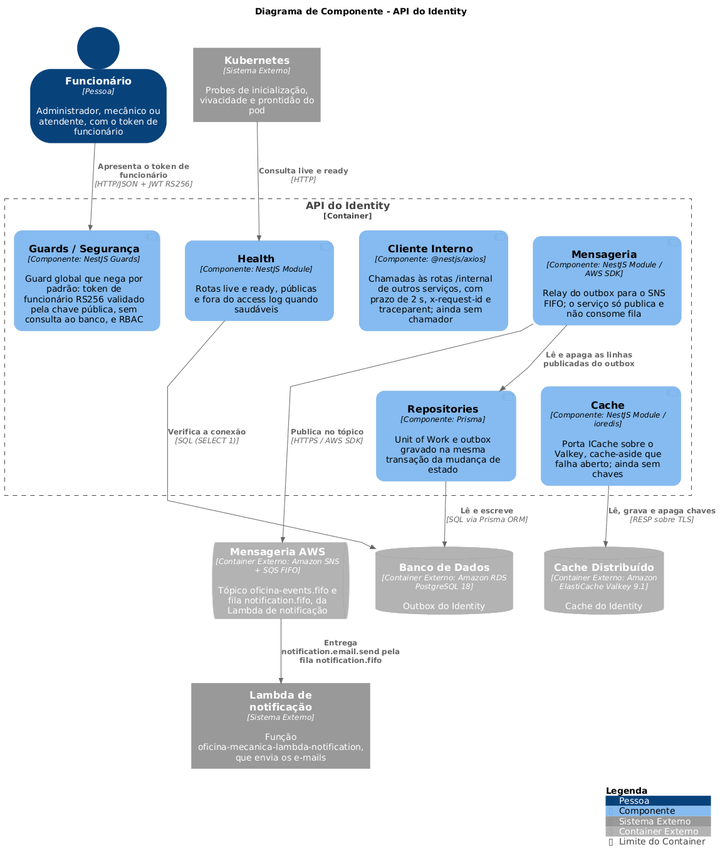
This is docs/c4/images/c4-component.png from FIAP-15SOAT/oficina-mecanica-identity-service, a PlantUML export, as it was before one commit.
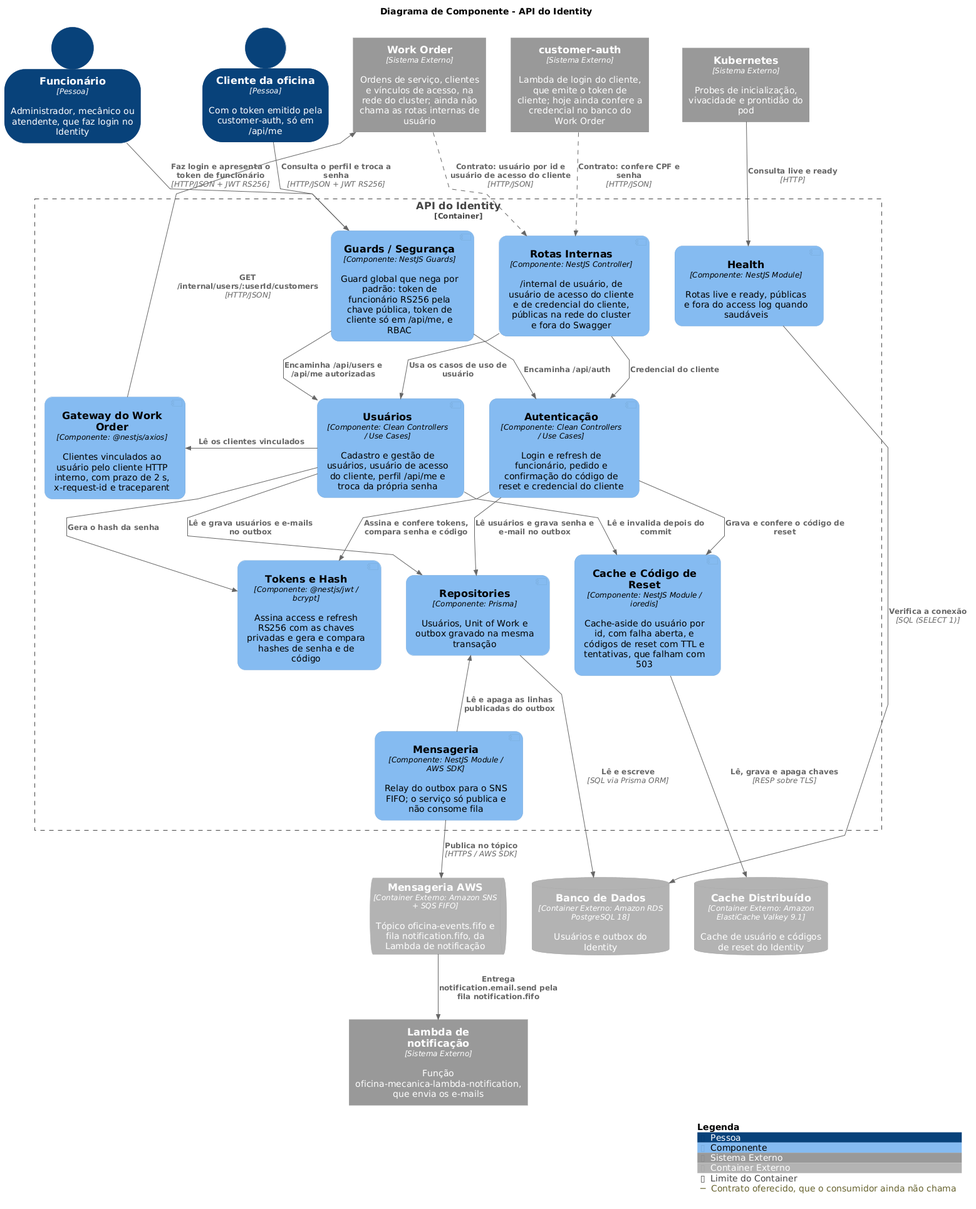
After the change.

Diff of the diagram source:
```diff
@@ -7,6 +7,7 @@
 UpdateElementStyle("external_system", $legendText="Sistema Externo")
 UpdateElementStyle("external_container", $legendText="Container Externo")
 UpdateBoundaryStyle("container", $type="Container", $legendText="Limite do Container")
+AddRelTag("contract", $lineStyle = DashedLine(), $legendText="Contrato oferecido, que o consumidor ainda não chama")
 
 SHOW_ELEMENT_TYPE($hidePersonType="false")
 SHOW_PERSON_OUTLINE()
@@ -25,33 +26,61 @@
 
 title Diagrama de Componente - API do Identity
 
-Person(staff, "Funcionário", "Administrador, mecânico ou atendente, com o token de funcionário")
+Person(staff, "Funcionário", "Administrador, mecânico ou atendente, que faz login no Identity")
+Person(customer, "Cliente da oficina", "Com o token emitido pela customer-auth, só em /api/me")
+System_Ext(workOrder, "Work Order", "Ordens de serviço, clientes e vínculos de acesso, na rede do cluster; ainda não chama as rotas internas de usuário")
+System_Ext(customerAuth, "customer-auth", "Lambda de login do cliente, que emite o token de cliente; hoje ainda confere a credencial no banco do Work Order")
 System_Ext(k8s, "Kubernetes", "Probes de inicialização, vivacidade e prontidão do pod")
 
 Container_Boundary(api, "API do Identity") {
-    Component(guards, "Guards / Segurança", "NestJS Guards", "Guard global que nega por padrão: token de funcionário RS256 validado pela chave pública, sem consulta ao banco, e RBAC", $baseShape="component")
+    Component(guards, "Guards / Segurança", "NestJS Guards", "Guard global que nega por padrão: token de funcionário RS256 pela chave pública, token de cliente só em /api/me, e RBAC", $baseShape="component")
+    Component(internalRoutes, "Rotas Internas", "NestJS Controller", "/internal de usuário, de usuário de acesso do cliente e de credencial do cliente, públicas na rede do cluster e fora do Swagger", $baseShape="component")
     Component(health, "Health", "NestJS Module", "Rotas live e ready, públicas e fora do access log quando saudáveis", $baseShape="component")
-    Component(internalClient, "Cliente Interno", "@nestjs/axios", "Chamadas às rotas /internal de outros serviços, com prazo de 2 s, x-request-id e traceparent; ainda sem chamador", $baseShape="component")
+    Component(auth, "Autenticação", "Clean Controllers / Use Cases", "Login e refresh de funcionário, pedido e confirmação do código de reset e credencial do cliente", $baseShape="component")
+    Component(users, "Usuários", "Clean Controllers / Use Cases", "Cadastro e gestão de usuários, usuário de acesso do cliente, perfil /api/me e troca da própria senha", $baseShape="component")
+    Component(tokens, "Tokens e Hash", "@nestjs/jwt / bcrypt", "Assina access e refresh RS256 com as chaves privadas e gera e compara hashes de senha e de código", $baseShape="component")
+    Component(gateways, "Gateway do Work Order", "@nestjs/axios", "Clientes vinculados ao usuário pelo cliente HTTP interno, com prazo de 2 s, x-request-id e traceparent", $baseShape="component")
+    Component(cache, "Cache e Código de Reset", "NestJS Module / ioredis", "Cache-aside do usuário por id, com falha aberta, e códigos de reset com TTL e tentativas, que falham com 503", $baseShape="component")
+    Component(repositories, "Repositories", "Prisma", "Usuários, Unit of Work e outbox gravado na mesma transação", $baseShape="component")
     Component(messaging, "Mensageria", "NestJS Module / AWS SDK", "Relay do outbox para o SNS FIFO; o serviço só publica e não consome fila", $baseShape="component")
-    Component(repositories, "Repositories", "Prisma", "Unit of Work e outbox gravado na mesma transação da mudança de estado", $baseShape="component")
-    Component(cache, "Cache", "NestJS Module / ioredis", "Porta ICache sobre o Valkey, cache-aside que falha aberto; ainda sem chaves", $baseShape="component")
 }
 
 ContainerQueue_Ext(sns, "Mensageria AWS", "Amazon SNS + SQS FIFO", "Tópico oficina-events.fifo e fila notification.fifo, da Lambda de notificação")
-ContainerDb_Ext(postgres, "Banco de Dados", "Amazon RDS PostgreSQL 18", "Outbox do Identity")
-ContainerDb_Ext(valkey, "Cache Distribuído", "Amazon ElastiCache Valkey 9.1", "Cache do Identity")
+ContainerDb_Ext(postgres, "Banco de Dados", "Amazon RDS PostgreSQL 18", "Usuários e outbox do Identity")
+ContainerDb_Ext(valkey, "Cache Distribuído", "Amazon ElastiCache Valkey 9.1", "Cache de usuário e códigos de reset do Identity")
 System_Ext(notification, "Lambda de notificação", "Função oficina-mecanica-lambda-notification, que envia os e-mails")
 
-Lay_R(staff, k8s)
-Lay_R(guards, health)
-Lay_R(health, internalClient)
-Lay_R(messaging, repositories)
-Lay_R(repositories, cache)
+Lay_R(staff, customer)
+Lay_R(customer, workOrder)
+Lay_R(workOrder, customerAuth)
+Lay_R(customerAuth, k8s)
+Lay_R(guards, internalRoutes)
+Lay_R(internalRoutes, health)
+Lay_R(auth, users)
+Lay_R(users, gateways)
+Lay_R(tokens, cache)
+Lay_R(cache, repositories)
+Lay_R(repositories, messaging)
 Lay_R(sns, postgres)
 Lay_R(postgres, valkey)
 
-Rel_D(staff, guards, "Apresenta o token de funcionário", "HTTP/JSON + JWT RS256")
+Rel_D(staff, guards, "Faz login e apresenta o token de funcionário", "HTTP/JSON + JWT RS256")
+Rel_D(customer, guards, "Consulta o perfil e troca a senha", "HTTP/JSON + JWT RS256")
+Rel_D(workOrder, internalRoutes, "Contrato: usuário por id e usuário de acesso do cliente", "HTTP/JSON", $tags="contract")
+Rel_D(customerAuth, internalRoutes, "Contrato: confere CPF e senha", "HTTP/JSON", $tags="contract")
 Rel_D(k8s, health, "Consulta live e ready", "HTTP")
+Rel_D(guards, auth, "Encaminha /api/auth")
+Rel_D(guards, users, "Encaminha /api/users e /api/me autorizadas")
+Rel_D(internalRoutes, users, "Usa os casos de uso de usuário")
+Rel_D(internalRoutes, auth, "Credencial do cliente")
+Rel_D(auth, tokens, "Assina e confere tokens, compara senha e código")
+Rel_D(users, tokens, "Gera o hash da senha")
+Rel_D(auth, cache, "Grava e confere o código de reset")
+Rel_D(users, cache, "Lê e invalida depois do commit")
+Rel_D(auth, repositories, "Lê usuários e grava senha e e-mail no outbox")
+Rel_D(users, repositories, "Lê e grava usuários e e-mails no outbox")
+Rel_R(users, gateways, "Lê os clientes vinculados")
+Rel_U(gateways, workOrder, "GET /internal/users/:userId/customers", "HTTP/JSON")
 Rel_D(messaging, repositories, "Lê e apaga as linhas publicadas do outbox")
 Rel_D(messaging, sns, "Publica no tópico", "HTTPS / AWS SDK")
 Rel_D(repositories, postgres, "Lê e escreve", "SQL via Prisma ORM")
```
